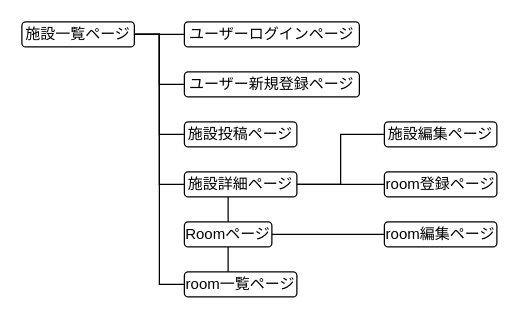
coronnoniwa/asobiba keeps this draw.io diagram as 画面遷移図.drawio. Above is the earlier version. Source tidied: cells renumbered, new cells numbered last; positions are measured from the earlier drawing's top-left corner, leaving out a move shared by most shapes. Both pictures are drawn from the tidied source at 125%, with x=0, y=0 at pixel (21, 21).
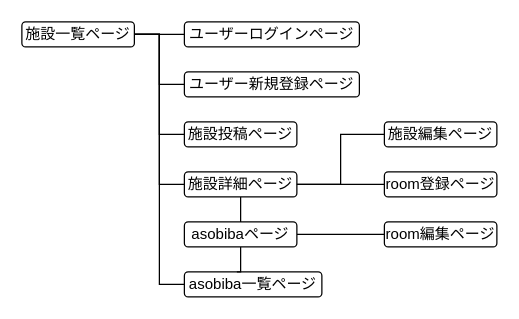
Above is the later version.

Unchanged cells that the change refers to:
```xml
<mxCell id="8" value="施設詳細ページ" style="rounded=1;whiteSpace=wrap;html=1;" parent="1" vertex="1">
  <mxGeometry x="130" y="120" width="90" height="20" as="geometry" />
</mxCell>
```

The edit, as a diff of the source:
```diff
@@
-    <mxCell id="10" value="room一覧ページ" style="rounded=1;whiteSpace=wrap;html=1;" parent="1" vertex="1">
-      <mxGeometry x="130" y="200" width="90" height="20" as="geometry" />
+    <mxCell id="10" value="asobiba一覧ページ" style="rounded=1;whiteSpace=wrap;html=1;" parent="1" vertex="1">
+      <mxGeometry x="130" y="200" width="110" height="20" as="geometry" />
     </mxCell>
@@
-    <mxCell id="18" style="edgeStyle=orthogonalEdgeStyle;rounded=0;jettySize=auto;html=1;endArrow=none;endFill=0;" parent="1" edge="1" source="19">
-      <mxGeometry relative="1" as="geometry">
-        <mxPoint x="165" y="150" as="targetPoint" />
-      </mxGeometry>
+    <mxCell id="18" style="edgeStyle=orthogonalEdgeStyle;rounded=0;jettySize=auto;html=1;endArrow=none;endFill=0;entryX=0.5;entryY=1;entryDx=0;entryDy=0;" parent="1" edge="1" source="19" target="8">
+      <mxGeometry relative="1" as="geometry" />
     </mxCell>
-    <mxCell id="19" value="Roomページ" style="rounded=1;whiteSpace=wrap;html=1;" parent="1" vertex="1">
-      <mxGeometry x="130" y="160" width="70" height="20" as="geometry" />
+    <mxCell id="19" value="asobibaページ" style="rounded=1;whiteSpace=wrap;html=1;" parent="1" vertex="1">
+      <mxGeometry x="130" y="160" width="90" height="20" as="geometry" />
     </mxCell>
```
